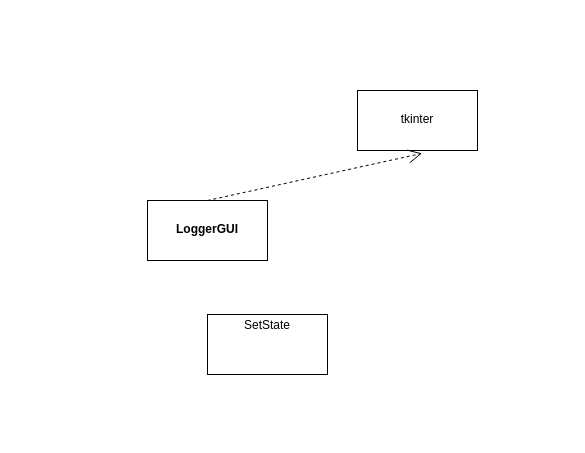
Earlier version of the draw.io diagram exp-py/panda-arm/rough_design.drawio (ksdngz/robo-sim). Source tidied: cells renumbered, new cells numbered last; positions are measured from the earlier drawing's top-left corner, leaving out a move shared by most shapes. Both pictures are drawn from the tidied source at 100%, with x=0, y=0 at pixel (147, 90).
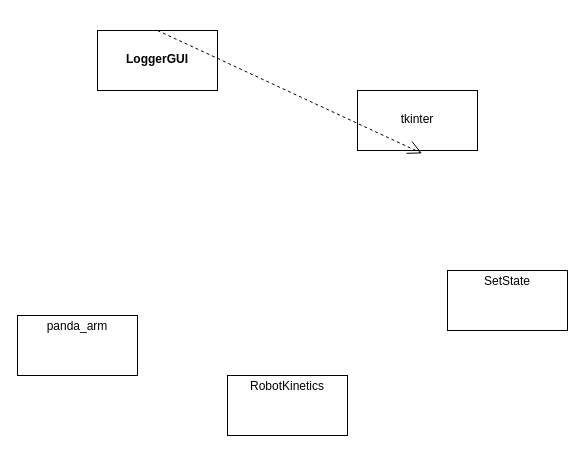
The same page after the edit.

Diff of the diagram source:
```diff
@@
 <mxGraphModel>
   <root>
     <mxCell id="0" />
     <mxCell id="1" parent="0" />
     <mxCell id="2" value="&lt;p style=&quot;margin:0px;margin-top:4px;text-align:center;&quot;&gt;&lt;b&gt;&lt;br&gt;&lt;/b&gt;&lt;/p&gt;&lt;p style=&quot;margin:0px;margin-top:4px;text-align:center;&quot;&gt;&lt;b&gt;LoggerGUI&lt;br&gt;&lt;/b&gt;&lt;/p&gt;" style="verticalAlign=top;align=left;overflow=fill;html=1;whiteSpace=wrap;" parent="1" vertex="1">
-      <mxGeometry y="110" width="120" height="60" as="geometry" />
+      <mxGeometry x="-50" y="-60" width="120" height="60" as="geometry" />
     </mxCell>
     <mxCell id="3" value="&lt;p style=&quot;margin:0px;margin-top:4px;text-align:center;&quot;&gt;&lt;br&gt;&lt;/p&gt;&lt;p style=&quot;margin:0px;margin-top:4px;text-align:center;&quot;&gt;tkinter&lt;/p&gt;&lt;p style=&quot;margin:0px;margin-top:4px;text-align:center;&quot;&gt;&lt;br&gt;&lt;/p&gt;" style="verticalAlign=top;align=left;overflow=fill;html=1;whiteSpace=wrap;" parent="1" vertex="1">
       <mxGeometry x="210" width="120" height="60" as="geometry" />
     </mxCell>
     <mxCell id="4" value="&lt;div&gt;&lt;br&gt;&lt;/div&gt;&lt;div&gt;&lt;br&gt;&lt;/div&gt;" style="endArrow=open;endSize=12;dashed=1;html=1;rounded=0;entryX=0.538;entryY=1.048;entryDx=0;entryDy=0;entryPerimeter=0;exitX=0.5;exitY=0;exitDx=0;exitDy=0;" parent="1" edge="1" source="2" target="3">
       <mxGeometry relative="1" as="geometry" />
     </mxCell>
     <mxCell id="5" value="&lt;p style=&quot;margin:0px;margin-top:4px;text-align:center;&quot;&gt;SetState&lt;/p&gt;" style="verticalAlign=top;align=left;overflow=fill;html=1;whiteSpace=wrap;" parent="1" vertex="1">
-      <mxGeometry x="60" y="224" width="120" height="60" as="geometry" />
+      <mxGeometry x="300" y="180" width="120" height="60" as="geometry" />
     </mxCell>
+    <mxCell id="6" value="&lt;p style=&quot;margin:0px;margin-top:4px;text-align:center;&quot;&gt;panda_arm&lt;/p&gt;" style="verticalAlign=top;align=left;overflow=fill;html=1;whiteSpace=wrap;" parent="1" vertex="1">
+      <mxGeometry x="-130" y="225" width="120" height="60" as="geometry" />
+    </mxCell>
+    <mxCell id="7" value="&lt;p style=&quot;margin:0px;margin-top:4px;text-align:center;&quot;&gt;RobotKinetics&lt;/p&gt;" style="verticalAlign=top;align=left;overflow=fill;html=1;whiteSpace=wrap;" parent="1" vertex="1">
+      <mxGeometry x="80" y="285" width="120" height="60" as="geometry" />
+    </mxCell>
   </root>
 </mxGraphModel>
```
